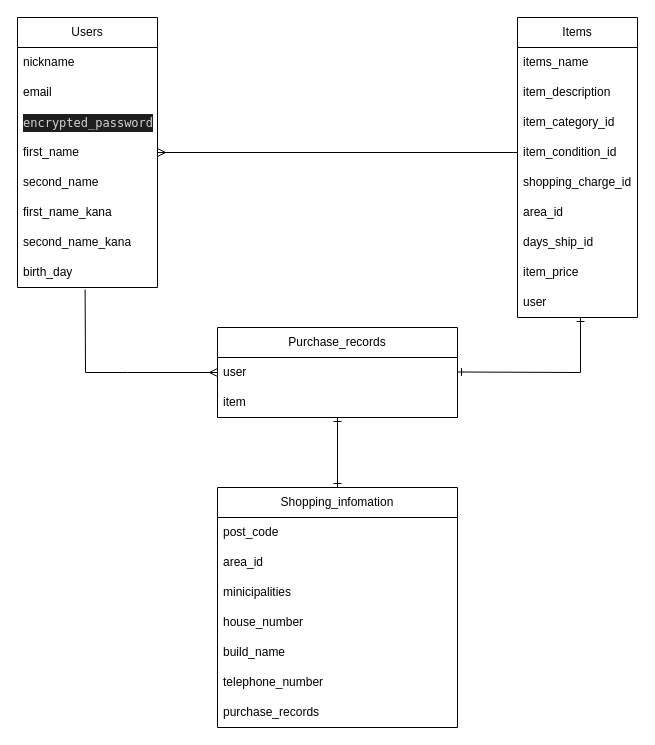
Daluma0344/furima-38976 keeps this draw.io diagram as test.dio. Above is the earlier version. Source tidied: cells renumbered, new cells numbered last; positions are measured from the earlier drawing's top-left corner, leaving out a move shared by most shapes. Both pictures are drawn from the tidied source at 100%, with x=0, y=0 at pixel (17, 17).
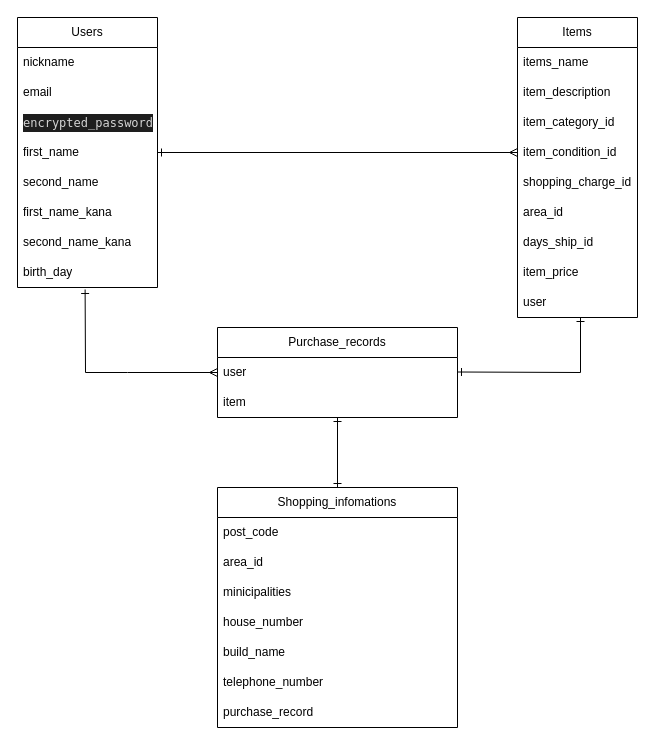
After the change.

Unchanged cells that the change refers to:
```xml
<mxCell id="6" value="first_name" style="text;strokeColor=none;fillColor=none;align=left;verticalAlign=middle;spacingLeft=4;spacingRight=4;overflow=hidden;points=[[0,0.5],[1,0.5]];portConstraint=eastwest;whiteSpace=wrap;html=1;" parent="2" vertex="1">
  <mxGeometry y="120" width="140" height="30" as="geometry" />
</mxCell>
<mxCell id="10" value="birth_day" style="text;strokeColor=none;fillColor=none;align=left;verticalAlign=middle;spacingLeft=4;spacingRight=4;overflow=hidden;points=[[0,0.5],[1,0.5]];portConstraint=eastwest;whiteSpace=wrap;html=1;" parent="2" vertex="1">
  <mxGeometry y="240" width="140" height="30" as="geometry" />
</mxCell>
<mxCell id="15" value="item_condition_id" style="text;strokeColor=none;fillColor=none;align=left;verticalAlign=middle;spacingLeft=4;spacingRight=4;overflow=hidden;points=[[0,0.5],[1,0.5]];portConstraint=eastwest;whiteSpace=wrap;html=1;" parent="11" vertex="1">
  <mxGeometry y="120" width="120" height="30" as="geometry" />
</mxCell>
<mxCell id="24" value="user" style="text;strokeColor=none;fillColor=none;align=left;verticalAlign=middle;spacingLeft=4;spacingRight=4;overflow=hidden;points=[[0,0.5],[1,0.5]];portConstraint=eastwest;whiteSpace=wrap;html=1;" parent="23" vertex="1">
  <mxGeometry y="30" width="240" height="30" as="geometry" />
</mxCell>
```

What changed in the source:
```diff
@@
-    <mxCell id="21" style="edgeStyle=none;html=1;entryX=0;entryY=0.5;entryDx=0;entryDy=0;rounded=0;startArrow=ERmany;startFill=0;exitX=1;exitY=0.5;exitDx=0;exitDy=0;endArrow=none;endFill=0;" parent="1" edge="1" source="6" target="15">
+    <mxCell id="21" style="edgeStyle=none;html=1;entryX=0;entryY=0.5;entryDx=0;entryDy=0;rounded=0;startArrow=ERone;startFill=0;exitX=1;exitY=0.5;exitDx=0;exitDy=0;endArrow=ERmany;endFill=0;" parent="1" edge="1" source="6" target="15">
       <mxGeometry relative="1" as="geometry" />
     </mxCell>
@@
-    <mxCell id="26" style="edgeStyle=none;rounded=0;html=1;exitX=0;exitY=0.5;exitDx=0;exitDy=0;startArrow=ERmany;startFill=0;endArrow=none;endFill=0;entryX=0.483;entryY=1.067;entryDx=0;entryDy=0;entryPerimeter=0;" parent="1" edge="1" source="24" target="10">
+    <mxCell id="26" style="edgeStyle=none;rounded=0;html=1;exitX=0;exitY=0.5;exitDx=0;exitDy=0;startArrow=ERmany;startFill=0;endArrow=ERone;endFill=0;entryX=0.483;entryY=1.067;entryDx=0;entryDy=0;entryPerimeter=0;" parent="1" edge="1" source="24" target="10">
       <mxGeometry relative="1" as="geometry">
         <Array as="points">
           <mxPoint x="110" y="355" />
           <mxPoint x="68" y="355" />
         </Array>
       </mxGeometry>
     </mxCell>
@@
-    <mxCell id="28" value="Shopping_infomation" style="swimlane;fontStyle=0;horizontal=1;startSize=30;whiteSpace=wrap;html=1;" parent="1" vertex="1">
+    <mxCell id="28" value="Shopping_infomations" style="swimlane;fontStyle=0;horizontal=1;startSize=30;whiteSpace=wrap;html=1;" parent="1" vertex="1">
       <mxGeometry x="200" y="470" width="240" height="240" as="geometry" />
     </mxCell>
@@
-    <mxCell id="35" value="purchase_records" style="text;strokeColor=none;fillColor=none;align=left;verticalAlign=middle;spacingLeft=4;spacingRight=4;overflow=hidden;whiteSpace=wrap;html=1;" parent="28" vertex="1">
+    <mxCell id="35" value="purchase_record" style="text;strokeColor=none;fillColor=none;align=left;verticalAlign=middle;spacingLeft=4;spacingRight=4;overflow=hidden;whiteSpace=wrap;html=1;" parent="28" vertex="1">
       <mxGeometry y="210" width="240" height="30" as="geometry" />
     </mxCell>
```
